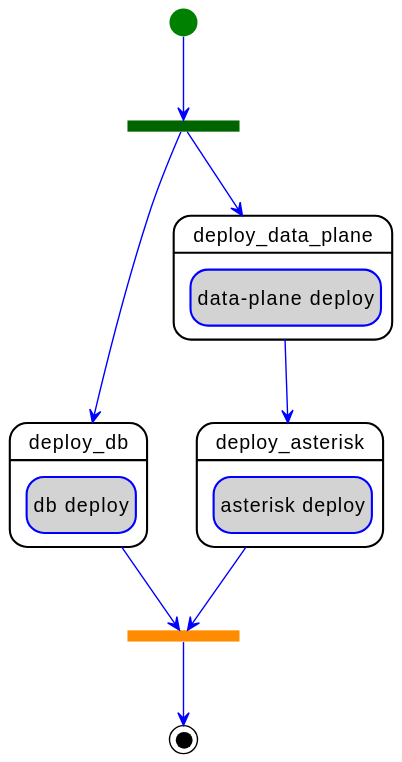
Earlier version of the PlantUML export examples/tosca-community-contributions/diagrams/uml2/examples-1.3-turandot-telephony-network-service-asterisk-vnf-asterisk-vnf-parallel_deploy-workflow-diagram.svg (Orange-OpenSource/Cloudnet-TOSCA-toolbox). Its diagram source:
```plantuml
@startuml
hide empty description
skinparam shadowing false
skinparam state {
  ArrowColor blue
  BorderColor blue
  EndColor black
  StartColor green
  BackGroundColor<< step >> white
  BorderColor<< step >> black
  BackGroundColor<< delegate >> lightgrey
  BackGroundColor<< set_state >> white
  BackGroundColor<< call_operation >> lightblue
  BackGroundColor<< inline >> white
}
skinparam ActivityBarColor<<fork>> DarkGreen
skinparam ActivityBarColor<<join>> DarkOrange

state "deploy_asterisk" as step_parallel_deploy_deploy_asterisk << step >> {
  state "asterisk deploy" as step_parallel_deploy_deploy_asterisk_asterisk_deploy << delegate >>
}
state "deploy_db" as step_parallel_deploy_deploy_db << step >> {
  state "db deploy" as step_parallel_deploy_deploy_db_db_deploy << delegate >>
}
state "deploy_data_plane" as step_parallel_deploy_deploy_data_plane << step >> {
  state "data-plane deploy" as step_parallel_deploy_deploy_data_plane_data_plane_deploy << delegate >>
}
step_parallel_deploy_deploy_data_plane --> step_parallel_deploy_deploy_asterisk
state parallel_deploy_fork <<fork>>
[*] --> parallel_deploy_fork
parallel_deploy_fork --> step_parallel_deploy_deploy_db
parallel_deploy_fork --> step_parallel_deploy_deploy_data_plane
state parallel_deploy_join <<join>>
parallel_deploy_join --> [*]
step_parallel_deploy_deploy_asterisk --> parallel_deploy_join
step_parallel_deploy_deploy_db --> parallel_deploy_join
@enduml
```
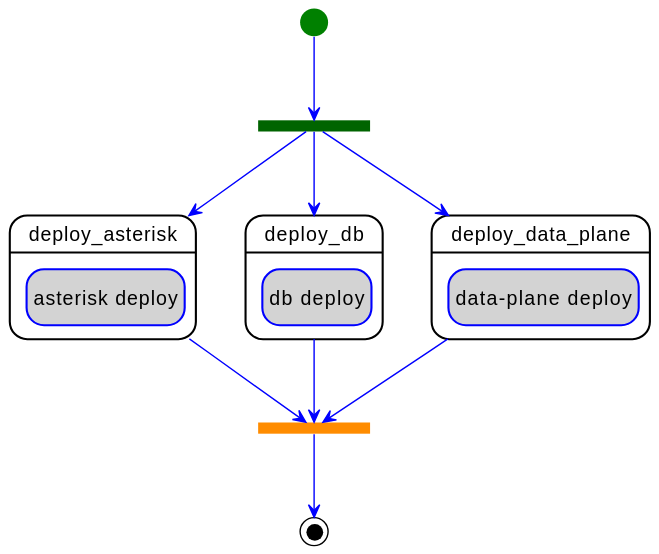
After the change.

Diff of the diagram source:
```diff
@@ -25,13 +25,14 @@
 state "deploy_data_plane" as step_parallel_deploy_deploy_data_plane << step >> {
   state "data-plane deploy" as step_parallel_deploy_deploy_data_plane_data_plane_deploy << delegate >>
 }
-step_parallel_deploy_deploy_data_plane --> step_parallel_deploy_deploy_asterisk
 state parallel_deploy_fork <<fork>>
 [*] --> parallel_deploy_fork
+parallel_deploy_fork --> step_parallel_deploy_deploy_asterisk
 parallel_deploy_fork --> step_parallel_deploy_deploy_db
 parallel_deploy_fork --> step_parallel_deploy_deploy_data_plane
 state parallel_deploy_join <<join>>
 parallel_deploy_join --> [*]
 step_parallel_deploy_deploy_asterisk --> parallel_deploy_join
 step_parallel_deploy_deploy_db --> parallel_deploy_join
+step_parallel_deploy_deploy_data_plane --> parallel_deploy_join
 @enduml
```
